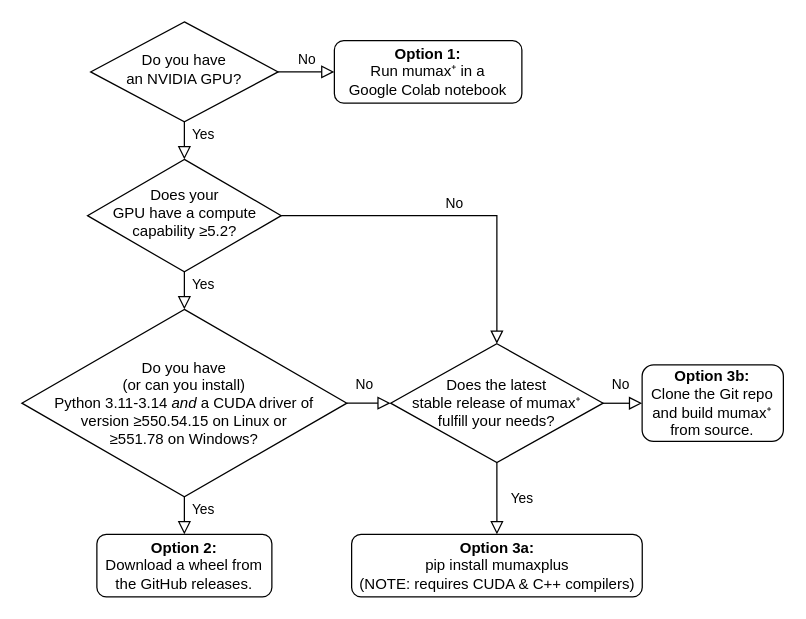
This is docs/diagrams/installation/mumaxplus_installation.drawio from jplauzie/mmplus, a draw.io file, before an edit. Source tidied: cells renumbered, new cells numbered last; positions are measured from the earlier drawing's top-left corner, leaving out a move shared by most shapes. Both pictures are drawn from the tidied source at 125%, with x=0, y=0 at pixel (21, 21).
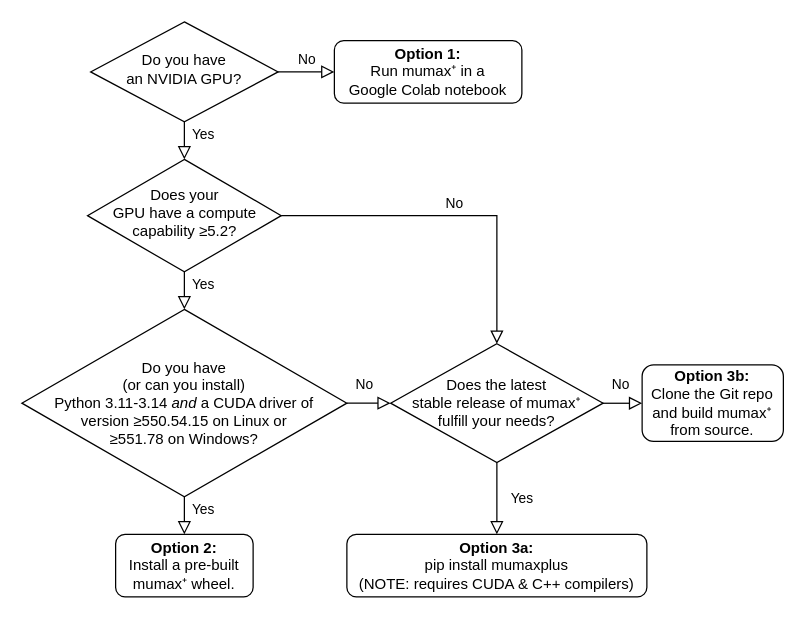
The same page after the edit.

Commit message (it also covers changes not shown here):
Simplify pre-built wheel installation instructions + note about mumaxplus[all]

What changed in the source:
```diff
@@
 <mxGraphModel>
   <root>
     <mxCell id="0" />
     <mxCell id="1" parent="0" />
     <mxCell id="2" value="&lt;div&gt;Yes&lt;/div&gt;" style="rounded=0;html=1;jettySize=auto;fontSize=11;endArrow=block;endFill=0;endSize=8;strokeWidth=1;shadow=0;labelBackgroundColor=none;edgeStyle=orthogonalEdgeStyle;" parent="1" edge="1" source="4" target="8">
       <mxGeometry x="0.2" y="15" relative="1" as="geometry" />
     </mxCell>
     <mxCell id="3" value="No" style="edgeStyle=orthogonalEdgeStyle;rounded=0;html=1;jettySize=auto;fontSize=11;endArrow=block;endFill=0;endSize=8;strokeWidth=1;shadow=0;labelBackgroundColor=none;" parent="1" edge="1" source="4" target="5">
       <mxGeometry y="10" relative="1" as="geometry" />
     </mxCell>
     <mxCell id="4" value="&lt;div&gt;Do you have&lt;/div&gt;&lt;div&gt;an NVIDIA GPU?&lt;/div&gt;" style="rhombus;whiteSpace=wrap;html=1;shadow=0;fontFamily=Helvetica;fontSize=12;align=center;strokeWidth=1;spacing=6;spacingTop=-4;" parent="1" vertex="1">
       <mxGeometry x="55" width="150" height="80" as="geometry" />
     </mxCell>
     <mxCell id="5" value="&lt;div&gt;&lt;b&gt;Option 1:&lt;/b&gt;&lt;/div&gt;&lt;div&gt;Run mumax⁺ in a&lt;/div&gt;&lt;div&gt;Google Colab notebook&lt;/div&gt;" style="rounded=1;whiteSpace=wrap;html=1;fontSize=12;glass=0;strokeWidth=1;shadow=0;" parent="1" vertex="1">
       <mxGeometry x="250" y="15" width="150" height="50" as="geometry" />
     </mxCell>
     <mxCell id="6" value="Yes" style="rounded=0;html=1;jettySize=auto;fontSize=11;endArrow=block;endFill=0;endSize=8;strokeWidth=1;shadow=0;labelBackgroundColor=none;edgeStyle=orthogonalEdgeStyle;" parent="1" edge="1" source="14" target="9">
       <mxGeometry x="0.2" y="15" relative="1" as="geometry" />
     </mxCell>
     <mxCell id="7" value="No" style="edgeStyle=orthogonalEdgeStyle;rounded=0;html=1;jettySize=auto;fontSize=11;endArrow=block;endFill=0;endSize=8;strokeWidth=1;shadow=0;labelBackgroundColor=none;exitX=0.994;exitY=0.501;exitDx=0;exitDy=0;exitPerimeter=0;entryX=0;entryY=0.5;entryDx=0;entryDy=0;" parent="1" edge="1" source="12" target="10">
       <mxGeometry x="-0.06" y="15" relative="1" as="geometry" />
     </mxCell>
     <mxCell id="8" value="&lt;div&gt;Does your&lt;/div&gt;&lt;div&gt;GPU have a compute&lt;/div&gt;&lt;div&gt;capability&amp;nbsp;≥5.2?&lt;/div&gt;" style="rhombus;whiteSpace=wrap;html=1;shadow=0;fontFamily=Helvetica;fontSize=12;align=center;strokeWidth=1;spacing=6;spacingTop=-4;" parent="1" vertex="1">
       <mxGeometry x="52.5" y="110" width="155" height="90" as="geometry" />
     </mxCell>
-    <mxCell id="9" value="&lt;div&gt;&lt;b&gt;Option 2:&lt;/b&gt;&lt;/div&gt;&lt;div&gt;Download a wheel from&lt;/div&gt;the GitHub releases." style="rounded=1;whiteSpace=wrap;html=1;fontSize=12;glass=0;strokeWidth=1;shadow=0;" parent="1" vertex="1">
-      <mxGeometry x="60" y="410" width="140" height="50" as="geometry" />
+    <mxCell id="9" value="&lt;div&gt;&lt;b&gt;Option 2:&lt;/b&gt;&lt;/div&gt;&lt;div&gt;Install a pre-built&lt;/div&gt;&lt;div&gt;mumax⁺ wheel.&lt;/div&gt;" style="rounded=1;whiteSpace=wrap;html=1;fontSize=12;glass=0;strokeWidth=1;shadow=0;" parent="1" vertex="1">
+      <mxGeometry x="75" y="410" width="110" height="50" as="geometry" />
     </mxCell>
     <mxCell id="10" value="&lt;div&gt;&lt;b&gt;Option 3b:&lt;/b&gt;&lt;/div&gt;&lt;div&gt;Clone the Git repo&lt;/div&gt;&lt;div&gt;and build mumax⁺&lt;/div&gt;&lt;div&gt;from source.&lt;/div&gt;" style="rounded=1;whiteSpace=wrap;html=1;fontSize=12;glass=0;strokeWidth=1;shadow=0;" parent="1" vertex="1">
       <mxGeometry x="496.2" y="274.4" width="113" height="61.2" as="geometry" />
     </mxCell>
     <mxCell id="11" value="No" style="edgeStyle=orthogonalEdgeStyle;rounded=0;html=1;jettySize=auto;fontSize=11;endArrow=block;endFill=0;endSize=8;strokeWidth=1;shadow=0;labelBackgroundColor=none;" parent="1" edge="1" source="8" target="12">
       <mxGeometry y="10" relative="1" as="geometry" />
     </mxCell>
     <mxCell id="12" value="&lt;div&gt;Does the latest&lt;/div&gt;&lt;div&gt;stable&amp;nbsp;release of mumax⁺&lt;/div&gt;fulfill your needs?" style="rhombus;whiteSpace=wrap;html=1;" parent="1" vertex="1">
       <mxGeometry x="295" y="257.5" width="170" height="95" as="geometry" />
     </mxCell>
     <mxCell id="13" value="Yes" style="rounded=0;html=1;jettySize=auto;fontSize=11;endArrow=block;endFill=0;endSize=8;strokeWidth=1;shadow=0;labelBackgroundColor=none;edgeStyle=orthogonalEdgeStyle;" parent="1" edge="1" source="8" target="14">
       <mxGeometry x="0.2" y="15" relative="1" as="geometry" />
     </mxCell>
     <mxCell id="14" value="&lt;div align=&quot;center&quot;&gt;Do you have&lt;/div&gt;&lt;div align=&quot;center&quot;&gt;(or can you install)&lt;/div&gt;&lt;div align=&quot;center&quot;&gt;Python 3.11-3.14 &lt;i&gt;and&lt;/i&gt; a CUDA driver of&lt;/div&gt;&lt;div align=&quot;center&quot;&gt;version ≥550.54.15 on Linux or&lt;/div&gt;&lt;div align=&quot;center&quot;&gt;≥551.78 on Windows?&lt;/div&gt;" style="rhombus;whiteSpace=wrap;html=1;align=center;" parent="1" vertex="1">
       <mxGeometry y="230" width="260" height="150" as="geometry" />
     </mxCell>
     <mxCell id="15" value="No" style="edgeStyle=orthogonalEdgeStyle;rounded=0;html=1;jettySize=auto;fontSize=11;endArrow=block;endFill=0;endSize=8;strokeWidth=1;shadow=0;labelBackgroundColor=none;exitX=1;exitY=0.5;exitDx=0;exitDy=0;entryX=0;entryY=0.5;entryDx=0;entryDy=0;" parent="1" edge="1" source="14" target="12">
       <mxGeometry x="-0.21" y="15" relative="1" as="geometry" />
     </mxCell>
     <mxCell id="16" value="&lt;div&gt;&lt;b&gt;Option 3a:&lt;/b&gt;&lt;/div&gt;&lt;div&gt;pip install mumaxplus&lt;/div&gt;(NOTE: requires CUDA &amp;amp; C++ compilers)" style="rounded=1;whiteSpace=wrap;html=1;fontSize=12;glass=0;strokeWidth=1;shadow=0;" parent="1" vertex="1">
-      <mxGeometry x="263.8" y="410" width="232.5" height="50" as="geometry" />
+      <mxGeometry x="260" y="410" width="240" height="50" as="geometry" />
     </mxCell>
     <mxCell id="17" value="Yes" style="edgeStyle=orthogonalEdgeStyle;rounded=0;html=1;jettySize=auto;fontSize=11;endArrow=block;endFill=0;endSize=8;strokeWidth=1;shadow=0;labelBackgroundColor=none;exitX=0.5;exitY=1;exitDx=0;exitDy=0;entryX=0.5;entryY=0;entryDx=0;entryDy=0;" parent="1" edge="1" source="12" target="16">
       <mxGeometry x="-0.04" y="20" relative="1" as="geometry" />
     </mxCell>
   </root>
 </mxGraphModel>
```
